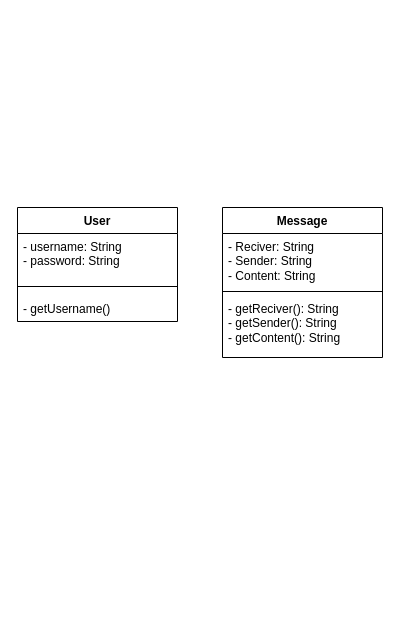
The draw.io diagram DiagrammaClient.drawio in LikegoldTOMMY/CrapChat, before the edit. Source tidied: cells renumbered, new cells numbered last; positions are measured from the earlier drawing's top-left corner, leaving out a move shared by most shapes. Both pictures are drawn from the tidied source at 100%, with x=0, y=0 at pixel (17, 207).
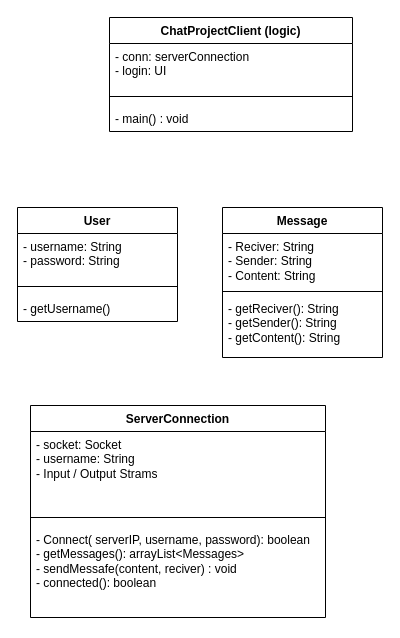
The same page after the edit.

What changed in the source:
```diff
@@
 <mxGraphModel>
   <root>
     <mxCell id="0" />
     <mxCell id="1" parent="0" />
     <mxCell id="2" value="User" style="swimlane;fontStyle=1;align=center;verticalAlign=top;horizontal=1;startSize=26;whiteSpace=wrap;html=1;" parent="1" vertex="1">
       <mxGeometry width="160" height="114" as="geometry" />
     </mxCell>
     <mxCell id="3" value="- username: String&lt;br&gt;- password: String" style="text;strokeColor=none;fillColor=none;align=left;verticalAlign=top;spacingLeft=4;spacingRight=4;overflow=hidden;whiteSpace=wrap;html=1;" parent="2" vertex="1">
       <mxGeometry y="26" width="160" height="44" as="geometry" />
     </mxCell>
     <mxCell id="4" style="line;strokeWidth=1;fillColor=none;align=left;verticalAlign=middle;spacingTop=-1;spacingLeft=3;spacingRight=3;labelPosition=right;strokeColor=inherit;" parent="2" vertex="1">
       <mxGeometry y="70" width="160" height="18" as="geometry" />
     </mxCell>
     <mxCell id="5" value="- getUsername()" style="text;strokeColor=none;fillColor=none;align=left;verticalAlign=top;spacingLeft=4;spacingRight=4;overflow=hidden;whiteSpace=wrap;html=1;" parent="2" vertex="1">
       <mxGeometry y="88" width="160" height="26" as="geometry" />
     </mxCell>
     <mxCell id="6" value="Message" style="swimlane;fontStyle=1;align=center;verticalAlign=top;horizontal=1;startSize=26;whiteSpace=wrap;html=1;" parent="1" vertex="1">
       <mxGeometry x="205" width="160" height="150" as="geometry" />
     </mxCell>
     <mxCell id="7" value="- Reciver: String&lt;br&gt;- Sender: String&lt;br&gt;- Content: String" style="text;strokeColor=none;fillColor=none;align=left;verticalAlign=top;spacingLeft=4;spacingRight=4;overflow=hidden;whiteSpace=wrap;html=1;" parent="6" vertex="1">
       <mxGeometry y="26" width="160" height="54" as="geometry" />
     </mxCell>
     <mxCell id="8" style="line;strokeWidth=1;fillColor=none;align=left;verticalAlign=middle;spacingTop=-1;spacingLeft=3;spacingRight=3;labelPosition=right;strokeColor=inherit;" parent="6" vertex="1">
       <mxGeometry y="80" width="160" height="8" as="geometry" />
     </mxCell>
     <mxCell id="9" value="- getReciver(): String&lt;br&gt;- getSender(): String&lt;br&gt;- getContent(): String" style="text;strokeColor=none;fillColor=none;align=left;verticalAlign=top;spacingLeft=4;spacingRight=4;overflow=hidden;whiteSpace=wrap;html=1;" parent="6" vertex="1">
       <mxGeometry y="88" width="160" height="62" as="geometry" />
     </mxCell>
+    <mxCell id="10" value="ServerConnection" style="swimlane;fontStyle=1;align=center;verticalAlign=top;horizontal=1;startSize=26;whiteSpace=wrap;html=1;" parent="1" vertex="1">
+      <mxGeometry x="13" y="198" width="295" height="212" as="geometry" />
+    </mxCell>
+    <mxCell id="11" value="- socket: Socket&lt;br&gt;- username: String&lt;br&gt;- Input / Output Strams" style="text;strokeColor=none;fillColor=none;align=left;verticalAlign=top;spacingLeft=4;spacingRight=4;overflow=hidden;whiteSpace=wrap;html=1;" parent="10" vertex="1">
+      <mxGeometry y="26" width="295" height="77" as="geometry" />
+    </mxCell>
+    <mxCell id="12" style="line;strokeWidth=1;fillColor=none;align=left;verticalAlign=middle;spacingTop=-1;spacingLeft=3;spacingRight=3;labelPosition=right;strokeColor=inherit;" parent="10" vertex="1">
+      <mxGeometry y="103" width="295" height="18" as="geometry" />
+    </mxCell>
+    <mxCell id="13" value="- Connect( serverIP, username, password): boolean&lt;br&gt;- getMessages(): arrayList&amp;lt;Messages&amp;gt;&lt;br&gt;- sendMessafe(content, reciver) : void&lt;br&gt;- connected(): boolean&lt;br&gt;" style="text;strokeColor=none;fillColor=none;align=left;verticalAlign=top;spacingLeft=4;spacingRight=4;overflow=hidden;whiteSpace=wrap;html=1;" parent="10" vertex="1">
+      <mxGeometry y="121" width="295" height="91" as="geometry" />
+    </mxCell>
+    <mxCell id="14" value="ChatProjectClient (logic)" style="swimlane;fontStyle=1;align=center;verticalAlign=top;horizontal=1;startSize=26;whiteSpace=wrap;html=1;" parent="1" vertex="1">
+      <mxGeometry x="92" y="-190" width="243" height="114" as="geometry" />
+    </mxCell>
+    <mxCell id="15" value="- conn: serverConnection&lt;br&gt;- login: UI" style="text;strokeColor=none;fillColor=none;align=left;verticalAlign=top;spacingLeft=4;spacingRight=4;overflow=hidden;whiteSpace=wrap;html=1;" parent="14" vertex="1">
+      <mxGeometry y="26" width="243" height="44" as="geometry" />
+    </mxCell>
+    <mxCell id="16" style="line;strokeWidth=1;fillColor=none;align=left;verticalAlign=middle;spacingTop=-1;spacingLeft=3;spacingRight=3;labelPosition=right;strokeColor=inherit;" parent="14" vertex="1">
+      <mxGeometry y="70" width="243" height="18" as="geometry" />
+    </mxCell>
+    <mxCell id="17" value="- main() : void" style="text;strokeColor=none;fillColor=none;align=left;verticalAlign=top;spacingLeft=4;spacingRight=4;overflow=hidden;whiteSpace=wrap;html=1;" parent="14" vertex="1">
+      <mxGeometry y="88" width="243" height="26" as="geometry" />
+    </mxCell>
   </root>
 </mxGraphModel>
```
